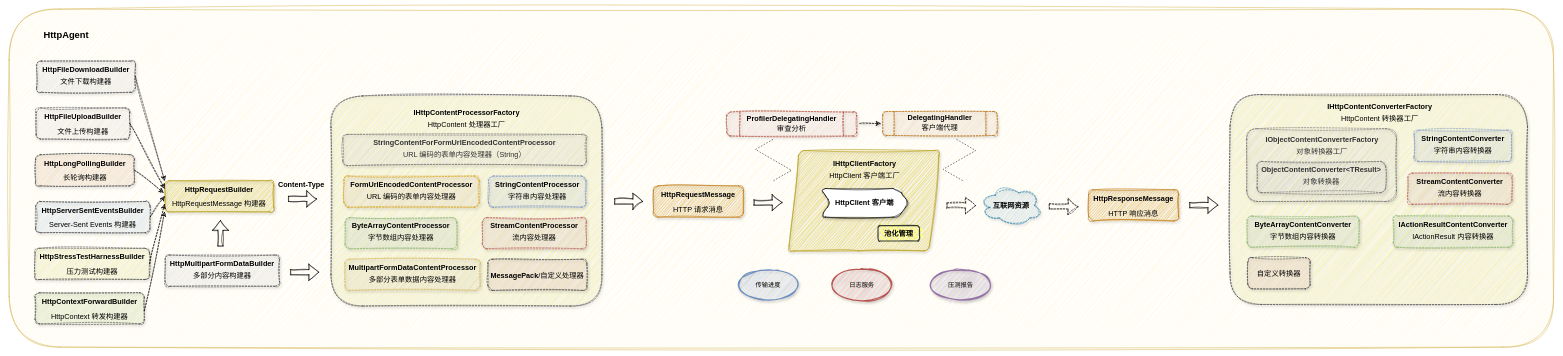
The draw.io diagram drawio/HttpAgent.drawio in MonkSoul/HttpAgent, before the edit. Source tidied: cells renumbered, new cells numbered last; positions are measured from the earlier drawing's top-left corner, leaving out a move shared by most shapes. Both pictures are drawn from the tidied source at 52%, with x=0, y=0 at pixel (9, 9).
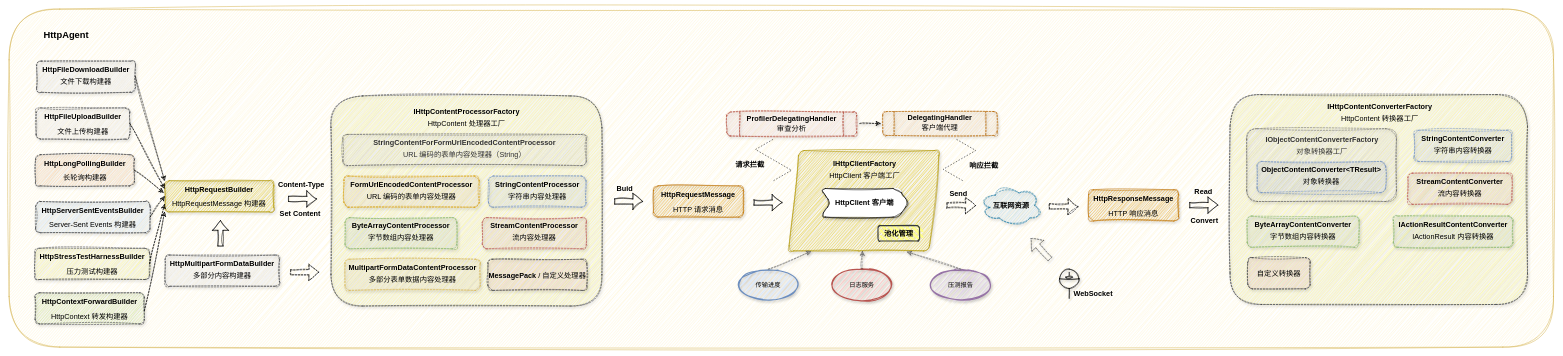
The same diagram, later.

Commit message (it also covers changes not shown here):
😊 更新架构图

Unchanged cells that the change refers to:
```xml
<mxCell id="38" style="shape=parallelogram;perimeter=parallelogramPerimeter;whiteSpace=wrap;html=1;fixedSize=1;rounded=1;sketch=1;curveFitting=1;jiggle=2;shadow=1;fillColor=#e3c800;strokeColor=#B09500;fontColor=#000000;" parent="1" vertex="1">
  <mxGeometry x="1499" y="272" width="290" height="193" as="geometry" />
</mxCell>
```

The edit, as a diff of the source:
```diff
@@
     <mxCell id="27" value="&lt;span style=&quot;font-size: 14px; font-weight: 700;&quot;&gt;IHttpContentProcessorFactory&lt;/span&gt;&lt;div style=&quot;font-size: 14px; font-weight: 700; line-height: 28px;&quot;&gt;&lt;span style=&quot;font-weight: 400;&quot;&gt;HttpContent 处理器工厂&lt;/span&gt;&lt;/div&gt;" style="text;html=1;align=center;verticalAlign=middle;whiteSpace=wrap;rounded=0;" parent="1" vertex="1">
-      <mxGeometry x="759.5" y="198" width="240" height="30" as="geometry" />
+      <mxGeometry x="759.5" y="197" width="240" height="30" as="geometry" />
     </mxCell>
-    <mxCell id="28" value="&lt;div style=&quot;line-height: 200%;&quot;&gt;&lt;span style=&quot;background-color: initial;&quot;&gt;MessagePack&lt;/span&gt;&lt;span style=&quot;background-color: initial; font-weight: 400;&quot;&gt;/&lt;/span&gt;&lt;span style=&quot;font-weight: 400;&quot;&gt;自定义处理器&lt;/span&gt;&lt;br&gt;&lt;/div&gt;" style="rounded=1;whiteSpace=wrap;html=1;fontSize=14;fontStyle=1;labelBackgroundColor=none;glass=0;shadow=1;sketch=1;curveFitting=1;jiggle=2;fillColor=#ffcccc;strokeColor=#36393d;dashed=1;" parent="1" vertex="1">
+    <mxCell id="28" value="&lt;div style=&quot;line-height: 200%;&quot;&gt;&lt;span style=&quot;background-color: initial;&quot;&gt;MessagePack&amp;nbsp;&lt;/span&gt;&lt;span style=&quot;background-color: initial; font-weight: 400;&quot;&gt;/&amp;nbsp;&lt;/span&gt;&lt;span style=&quot;font-weight: 400;&quot;&gt;自定义处理器&lt;/span&gt;&lt;br&gt;&lt;/div&gt;" style="rounded=1;whiteSpace=wrap;html=1;fontSize=14;fontStyle=1;labelBackgroundColor=none;glass=0;shadow=1;sketch=1;curveFitting=1;jiggle=2;fillColor=#ffcccc;strokeColor=#36393d;dashed=1;" parent="1" vertex="1">
       <mxGeometry x="921" y="481" width="190" height="60" as="geometry" />
     </mxCell>
@@
-    <mxCell id="33" value="ObjectContentConverter&amp;lt;TResult&amp;gt;&lt;div style=&quot;line-height: 200%;&quot;&gt;&lt;span style=&quot;font-weight: 400;&quot;&gt;对象转换器&lt;/span&gt;&lt;br&gt;&lt;/div&gt;" style="rounded=1;whiteSpace=wrap;html=1;fontSize=14;fontStyle=1;labelBackgroundColor=none;glass=0;shadow=1;sketch=1;curveFitting=1;jiggle=2;fillColor=#f5f5f5;strokeColor=#666666;dashed=1;fontColor=#333333;" parent="1" vertex="1">
+    <mxCell id="33" value="ObjectContentConverter&amp;lt;TResult&amp;gt;&lt;div style=&quot;line-height: 200%;&quot;&gt;&lt;span style=&quot;font-weight: 400;&quot;&gt;对象转换器&lt;/span&gt;&lt;br&gt;&lt;/div&gt;" style="rounded=1;whiteSpace=wrap;html=1;fontSize=14;fontStyle=1;labelBackgroundColor=none;glass=0;shadow=1;sketch=1;curveFitting=1;jiggle=2;fillColor=#dae8fc;strokeColor=#6c8ebf;dashed=1;" parent="1" vertex="1">
       <mxGeometry x="2400" y="293" width="247" height="60" as="geometry" />
     </mxCell>
@@
-    <mxCell id="58" style="shape=flexArrow;endArrow=classic;html=1;rounded=0;sketch=1;curveFitting=1;jiggle=2;" parent="1" edge="1">
+    <mxCell id="58" style="shape=flexArrow;endArrow=classic;html=1;rounded=0;sketch=1;curveFitting=1;jiggle=2;dashed=1;" parent="1" edge="1">
       <mxGeometry relative="1" as="geometry">
         <mxPoint x="541" y="506" as="sourcePoint" />
         <mxPoint x="596" y="506" as="targetPoint" />
       </mxGeometry>
     </mxCell>
@@
+    <mxCell id="61" value="Buid" style="text;html=1;align=center;verticalAlign=middle;whiteSpace=wrap;rounded=0;fontSize=14;fontStyle=1;" parent="1" vertex="1">
+      <mxGeometry x="1129" y="330" width="110" height="30" as="geometry" />
+    </mxCell>
+    <mxCell id="62" value="Send" style="text;html=1;align=center;verticalAlign=middle;whiteSpace=wrap;rounded=0;fontSize=14;fontStyle=1;" parent="1" vertex="1">
+      <mxGeometry x="1771" y="340" width="110" height="30" as="geometry" />
+    </mxCell>
+    <mxCell id="63" value="Read" style="text;html=1;align=center;verticalAlign=middle;whiteSpace=wrap;rounded=0;fontSize=14;fontStyle=1;" parent="1" vertex="1">
+      <mxGeometry x="2242" y="336" width="110" height="30" as="geometry" />
+    </mxCell>
+    <mxCell id="64" style="endArrow=classic;html=1;rounded=0;entryX=0.148;entryY=1.005;entryDx=0;entryDy=0;entryPerimeter=0;sketch=1;curveFitting=1;jiggle=2;shadow=1;dashed=1;strokeColor=#666666;" parent="1" edge="1" target="38">
+      <mxGeometry relative="1" as="geometry">
+        <mxPoint x="1460" y="500" as="sourcePoint" />
+      </mxGeometry>
+    </mxCell>
+    <mxCell id="65" style="endArrow=classic;html=1;rounded=0;sketch=1;curveFitting=1;jiggle=2;shadow=1;dashed=1;strokeColor=#666666;" parent="1" edge="1" target="38">
+      <mxGeometry relative="1" as="geometry">
+        <mxPoint x="1640" y="500" as="sourcePoint" />
+      </mxGeometry>
+    </mxCell>
+    <mxCell id="66" style="endArrow=classic;html=1;rounded=0;entryX=0.786;entryY=1.01;entryDx=0;entryDy=0;entryPerimeter=0;sketch=1;curveFitting=1;jiggle=2;shadow=1;dashed=1;strokeColor=#666666;" parent="1" edge="1" target="38">
+      <mxGeometry relative="1" as="geometry">
+        <mxPoint x="1830" y="500" as="sourcePoint" />
+      </mxGeometry>
+    </mxCell>
+    <mxCell id="67" value="请求拦截" style="text;html=1;align=center;verticalAlign=middle;whiteSpace=wrap;rounded=0;fontSize=14;fontStyle=1;" parent="1" vertex="1">
+      <mxGeometry x="1370" y="285" width="110" height="30" as="geometry" />
+    </mxCell>
+    <mxCell id="68" value="响应拦截" style="text;html=1;align=center;verticalAlign=middle;whiteSpace=wrap;rounded=0;fontSize=14;fontStyle=1;" parent="1" vertex="1">
+      <mxGeometry x="1820" y="285.5" width="110" height="30" as="geometry" />
+    </mxCell>
+    <mxCell id="69" value="Set Content" style="text;html=1;align=center;verticalAlign=middle;whiteSpace=wrap;rounded=0;fontSize=14;fontStyle=1;" parent="1" vertex="1">
+      <mxGeometry x="505" y="378" width="110" height="30" as="geometry" />
+    </mxCell>
+    <mxCell id="70" value="Convert" style="text;html=1;align=center;verticalAlign=middle;whiteSpace=wrap;rounded=0;fontSize=14;fontStyle=1;" parent="1" vertex="1">
+      <mxGeometry x="2244" y="391" width="110" height="30" as="geometry" />
+    </mxCell>
+    <mxCell id="71" style="verticalLabelPosition=bottom;html=1;verticalAlign=top;fillColor=strokeColor;align=center;shape=mxgraph.fluid_power.x11870;sketch=1;curveFitting=1;jiggle=2;shadow=1;" parent="1" vertex="1">
+      <mxGeometry x="2020" y="500" width="37.4" height="56.2" as="geometry" />
+    </mxCell>
+    <mxCell id="72" value="WebSocket" style="text;html=1;align=center;verticalAlign=middle;whiteSpace=wrap;rounded=0;fontSize=14;fontStyle=1;" parent="1" vertex="1">
+      <mxGeometry x="2030" y="533" width="110" height="30" as="geometry" />
+    </mxCell>
+    <mxCell id="73" style="shape=flexArrow;endArrow=classic;html=1;rounded=1;sketch=1;curveFitting=1;jiggle=2;dashed=1;shadow=1;strokeColor=#666666;" parent="1" edge="1">
+      <mxGeometry relative="1" as="geometry">
+        <mxPoint x="2002" y="481" as="sourcePoint" />
+        <mxPoint x="1965" y="441" as="targetPoint" />
+      </mxGeometry>
+    </mxCell>
```
